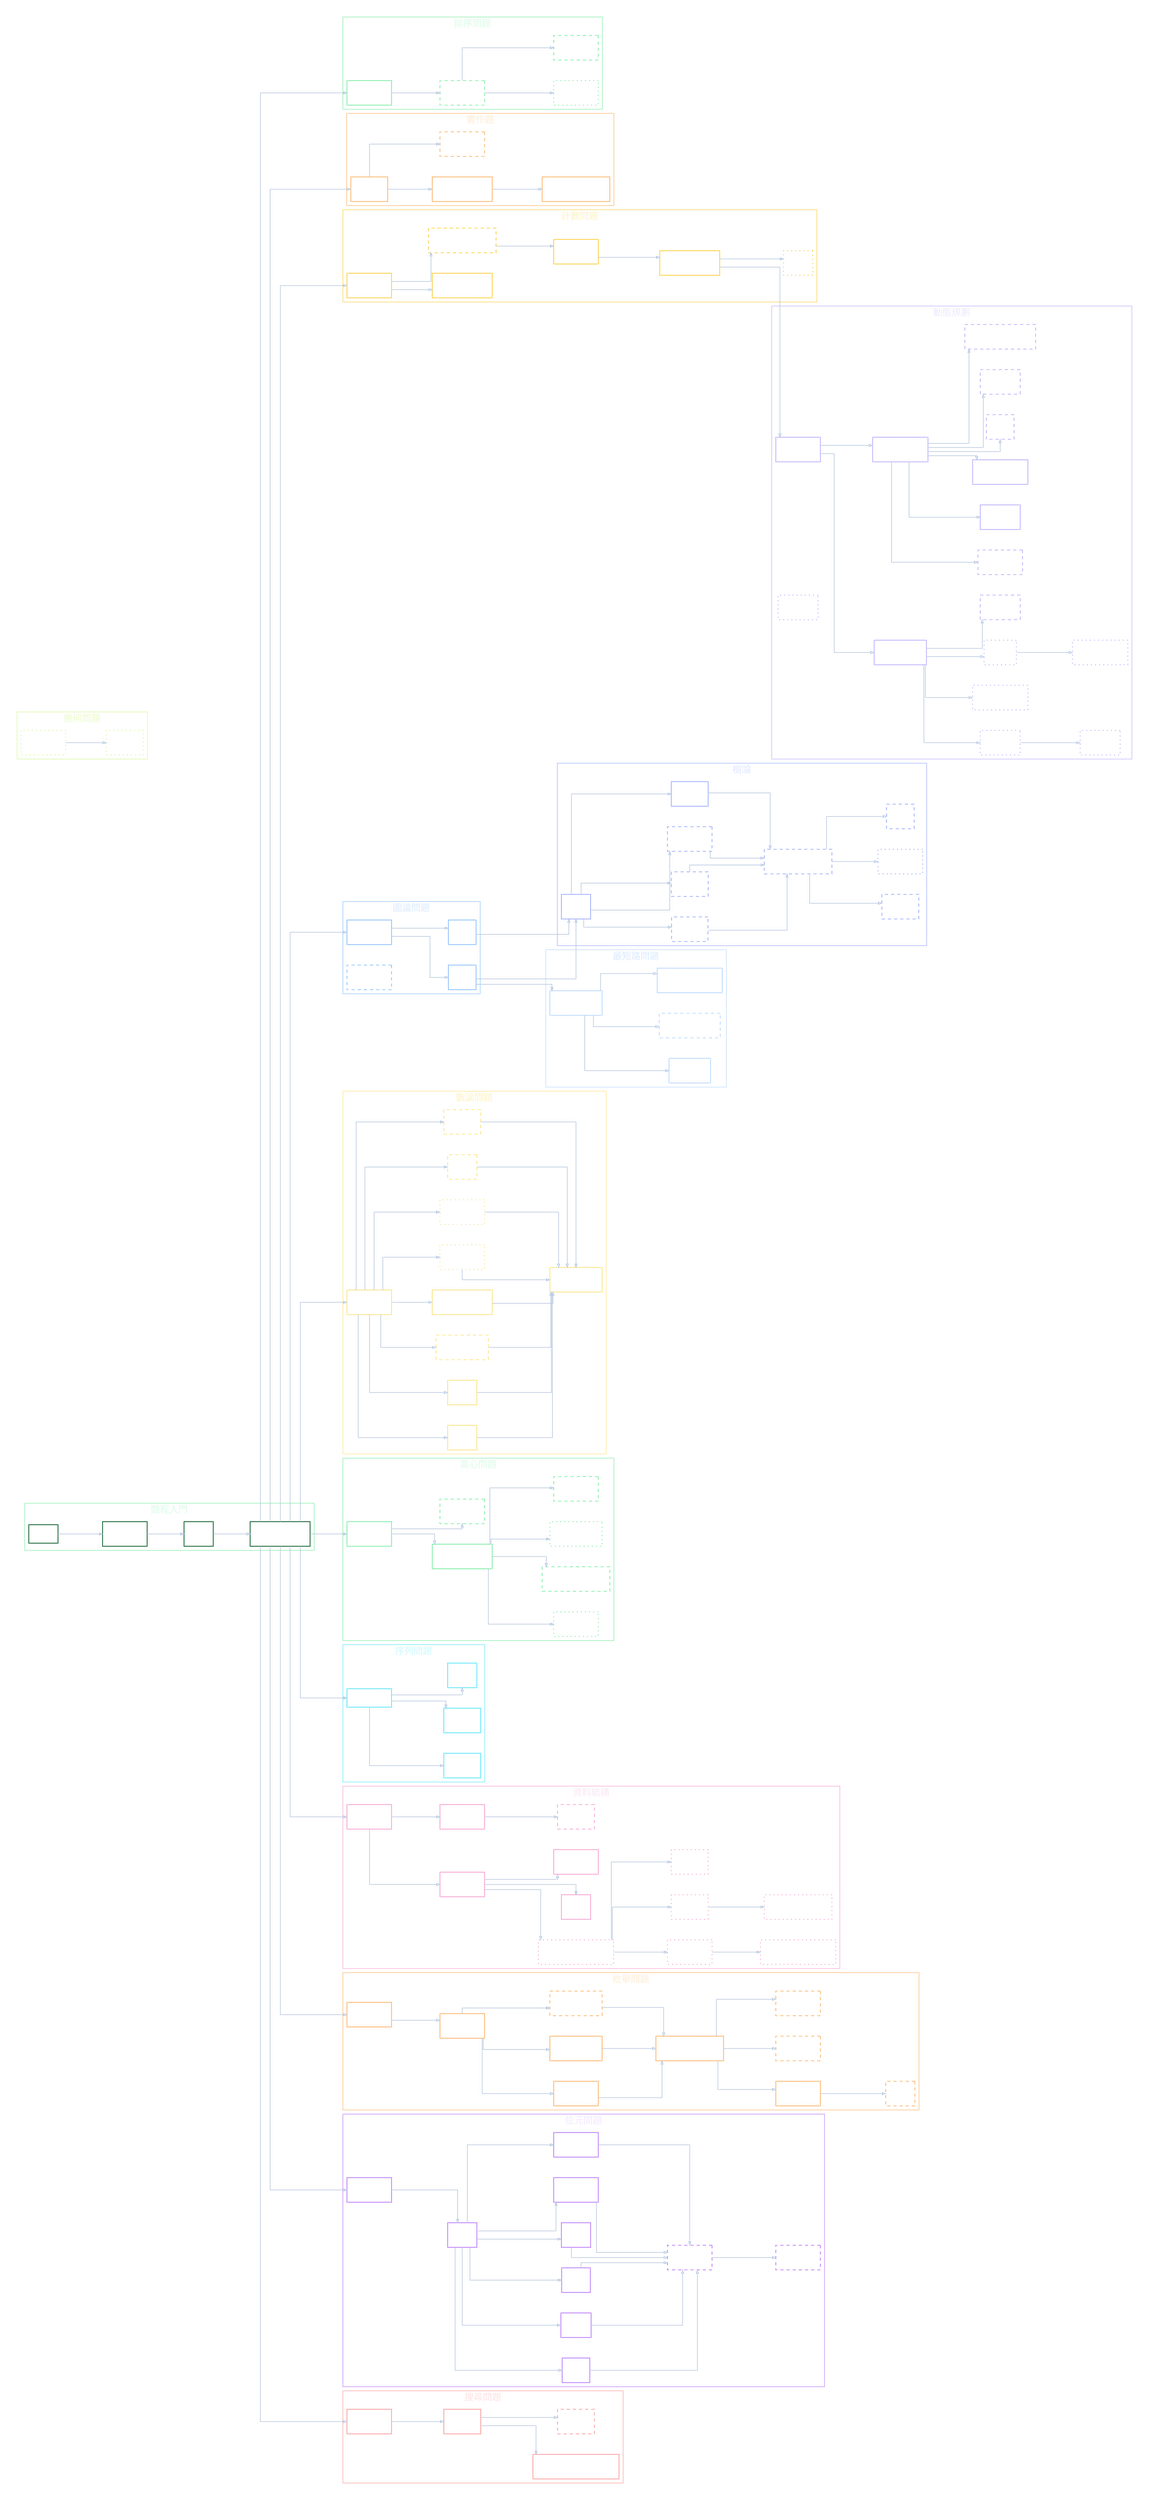
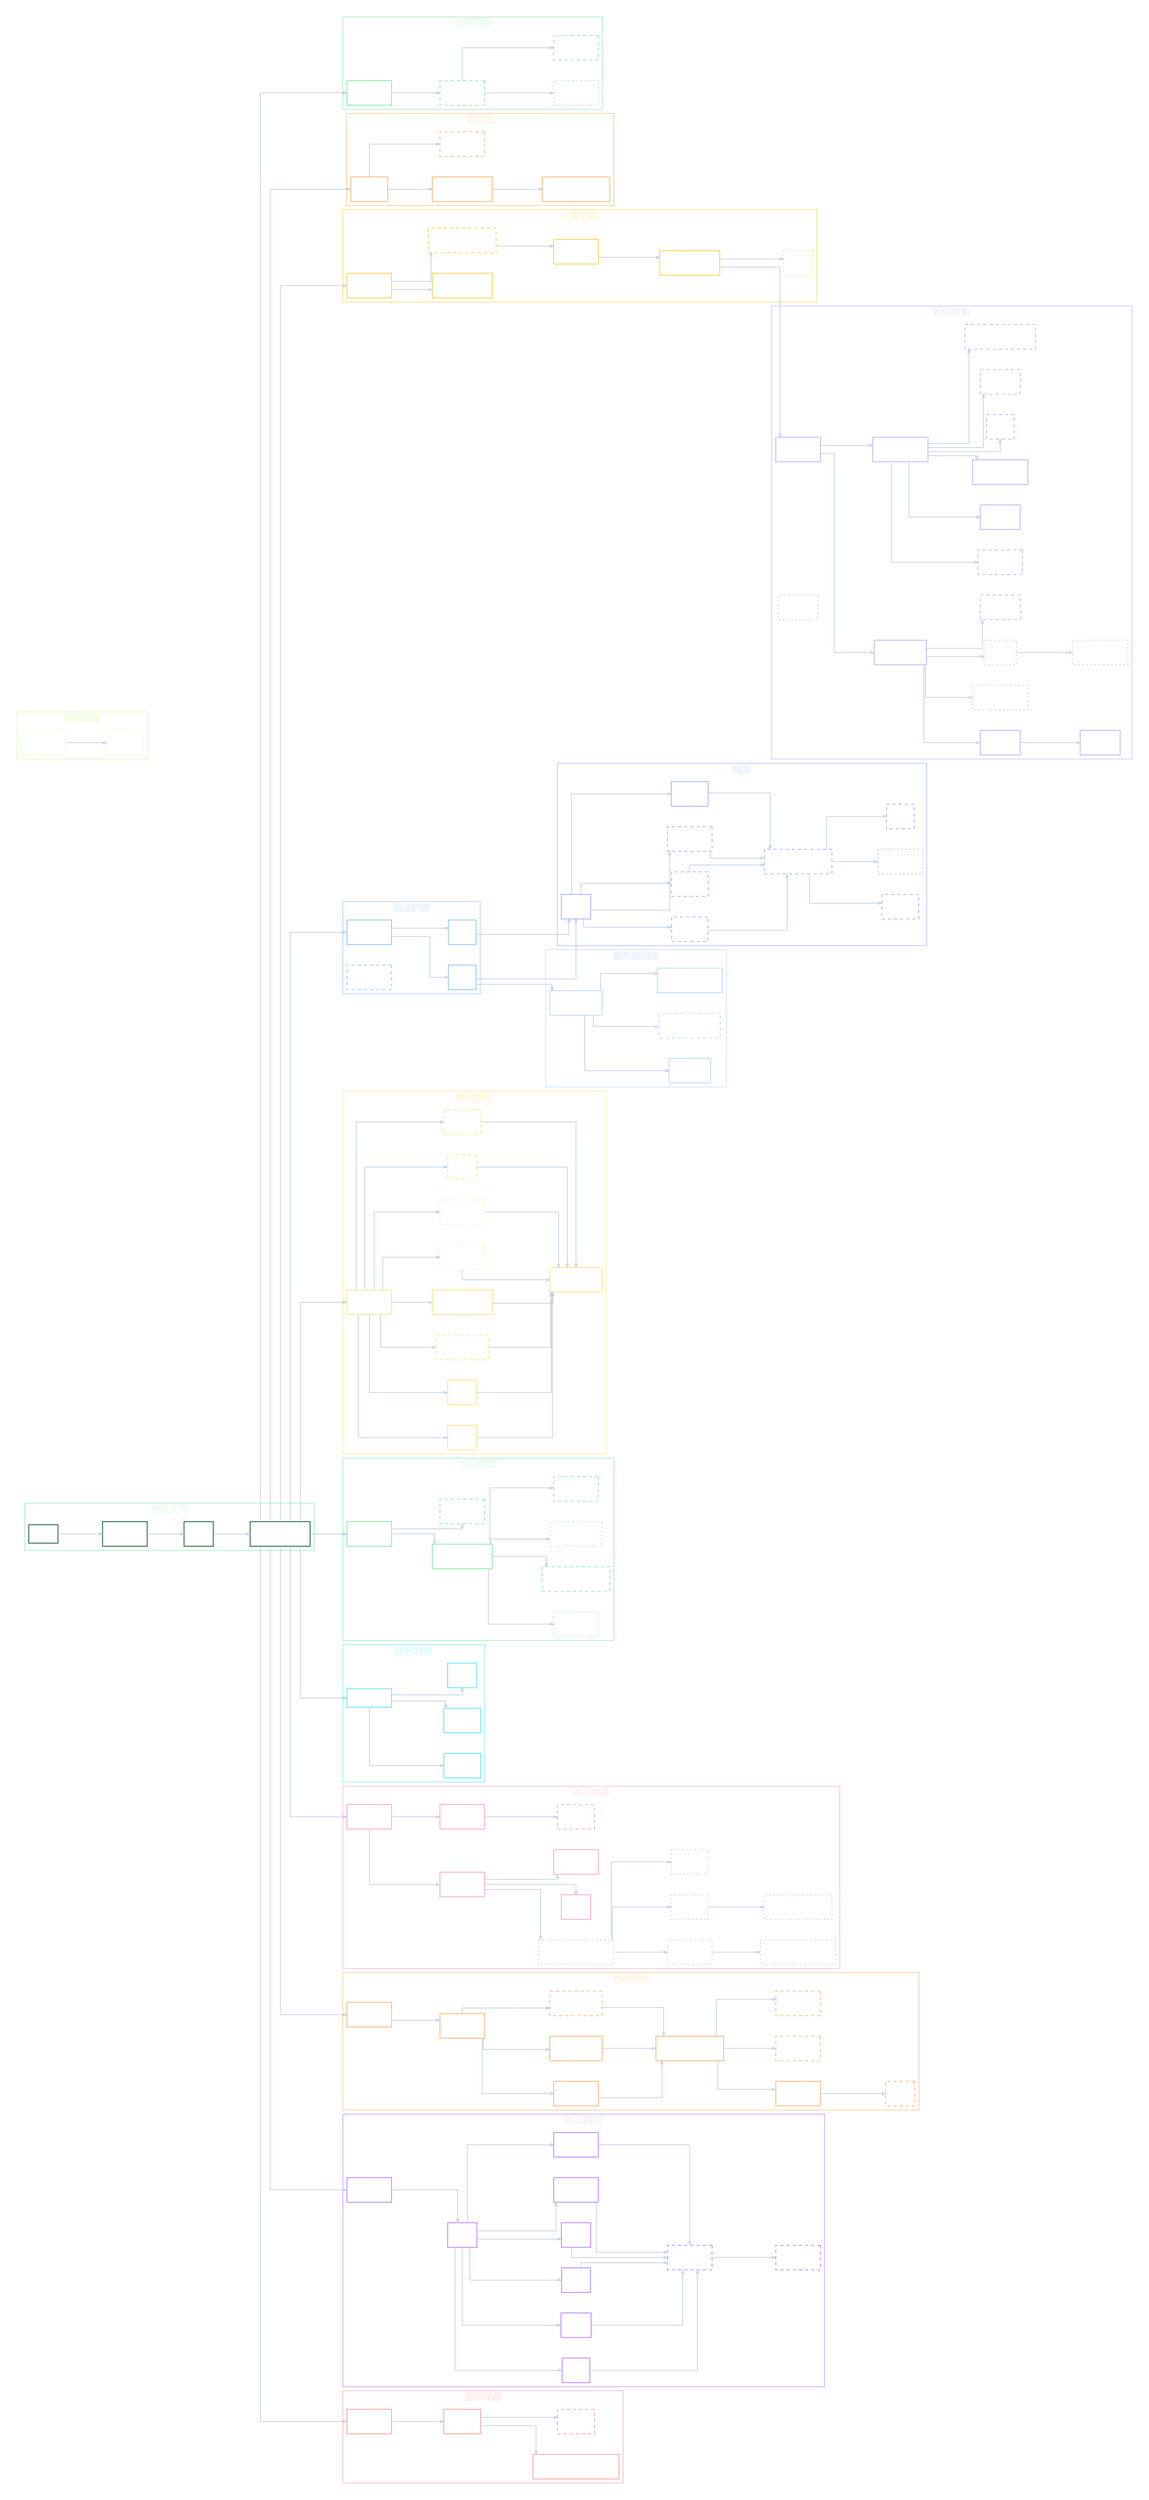
digraph CompetitiveProgrammingSkillTree {
  graph [
    rankdir=LR,
    bgcolor="transparent",
    splines=ortho,
    nodesep=0.55,
    ranksep=1.0,
    pad=0.35,
    compound=true
  ];

  node [
    shape=rect,
    style=filled,
    fontname="Microsoft JhengHei",
    fontsize=15,
    margin="0.18,0.10",
    penwidth=1.6,
    color="#7A8A99",
    fontcolor="#ffffff"
  ];

  edge [
    color="#bacae0",
    arrowsize=0.65,
    penwidth=1.2
  ];

  subgraph cluster_cp_entry {
    label="競程入門";
    color="#86efac";
    fillcolor="#052e16";
    fontname="Microsoft JhengHei";
    fontcolor="#dcfce7";
    fontsize=18;

    node [fillcolor="transparent", color="#166534"]
    root1 [label="競程"];
    core1 [label="基礎語法\n[✪]"];
    core2 [label="陣列\n[✪]"];
    core3 [label="基礎 STL 工具\n[✪]"];
  }

  subgraph cluster_sort {
    label="排序問題";
    color="#86efac";
    fillcolor="#052e16";
    fontname="Microsoft JhengHei";
    fontcolor="#dcfce7";
    fontsize=18;

    node [fillcolor="transparent", color="#86efac"];
    sort1 [label="排序問題\n[✔]"];
    sort2 [label="交換問題\n[!?]", style="dashed"];
    sort3 [label="拓撲排序\n[?]", style="dotted"];
    sort4 [label="單調隊列\n[!?]", style="dashed"];
  }

  subgraph cluster_impl {
    label="實作題";
    color="#fdba74";
    fillcolor="#431407";
    fontname="Microsoft JhengHei";
    fontcolor="#ffedd5";
    fontsize=18;

    node [fillcolor="transparent", color="#fdba74"];
    impl1 [label="實作題\n[✔]"];
    impl2 [label="二維地圖實作\n[✔]"];
    impl3 [label="字串問題\n[!?]", style="dashed"];
    impl4 [label="六邊形地圖實作\n[✔]"]
  }

  impl2 -> impl4;

  subgraph cluster_count {
    label="計數問題";
    color="#fcd34d";
    fillcolor="#422006";
    fontname="Microsoft JhengHei";
    fontcolor="#fef3c7";
    fontsize=18;

    node [fillcolor="transparent", color="#fcd34d"];
    count1 [label="計數問題\n[✔]"];
    count4 [label="微掃描線問題\n[✔]"];
    count2 [label="等價類計數問題\n[!?]", style="dashed"];
    count3 [label="排容原理\n[✔]"];
    count5 [label="拆分子問題法\n[✔]"];
    div1 [label="分治\n[?]", style="dotted"];
  }

  count1 -> count4;

  subgraph cluster_dp {
    label="動態規劃";
    color="#c4b5fd";
    fillcolor="#2e1065";
    fontname="Microsoft JhengHei";
    fontcolor="#ede9fe";
    fontsize=18;

    node [fillcolor="transparent", color="#c4b5fd"];
    dp1 [label="動態規劃\n[✔]"];
    dp2 [label="背包問題\n[!?]", style="dashed"];
    dp3 [label="分段 dp\n[✔]"];
    dp4 [label="二維地圖 dp\n[✔]"];
-     dp5 [label="區間 dp\n[?]", style="dotted"];
-     dp6 [label="賽局 dp\n[?]", style="dotted"];
+     dp5 [label="區間 dp\n[✔]"];
+     dp6 [label="賽局 dp\n[✔]"];
    dp7 [label="狀態壓縮 dp\n[?]", style="dotted"];
    dp8 [label="記憶化搜索\n[✔]"];
    dp9 [label="LCS\n[!?]", style="dashed"];
    dp10 [label="環狀 dp\n[!?]", style="dashed"];
    dp11 [label="樹 dp\n[?]", style="dotted"];
    dp12 [label="子樹合併 dp\n[?]", style="dotted"];
    dp13 [label="有權區間排程 dp\n[!?]", style="dashed"];
    dp14 [label="數位 dp\n[!?]", style="dashed"];
    dp15 [label="dp 狀態設計\n[✔]"];
    dp16 [label="dp 優化\n[?]", style="dotted"];
  }

  dp1 -> dp8;
  dp1 -> dp15;
  dp8 -> dp11;
  dp8 -> dp14;
  dp8 -> dp5;
  dp8 -> dp7;
  dp15 -> dp2;
  dp15 -> dp3;
  dp15 -> dp4;
  dp15 -> dp9;
  dp15 -> dp10;
  dp15 -> dp13;
  dp5 -> dp6;
  dp11 -> dp12;

  subgraph cluster_graph {
    label="圖論問題";
    color="#93c5fd";
    fillcolor="#172554";
    fontname="Microsoft JhengHei";
    fontcolor="#dbeafe";
    fontsize=18;

    node [fillcolor="transparent", color="#93c5fd"];
    g1 [label="圖論問題\n[✔]"];
    g2 [label="BFS\n[✔]"];
    g3 [label="DFS\n[✔]"];
    g4 [label="圖論建模\n[!?]", style="dashed"];
  }

  subgraph cluster_shortest_path {
    label="最短路問題";
    color="#bfdbfe";
    fillcolor="#1e3a8a";
    fontname="Microsoft JhengHei";
    fontcolor="#dbeafe";
    fontsize=18;

    node [fillcolor="transparent", color="#bfdbfe"];
    sp1 [label="最短路問題\n[✔]"];
    sp2 [label="Dijkstra\n[✔]"];
    sp3 [label="Bellman Ford\n[!?]", style="dashed"];
    sp4 [label="Floyd Warshall\n[✔]"];
  }

  subgraph cluster_tree {
    label="樹論";
    color="#a5b4fc";
    fillcolor="#312e81";
    fontname="Microsoft JhengHei";
    fontcolor="#e0e7ff";
    fontsize=18;

    node [fillcolor="transparent", color="#a5b4fc"];
    tree1 [label="樹論\n[✔]"];
    tree2 [label="BFS 樹\n[!?]", style="dashed"];
    tree3 [label="DFS 樹\n[!?]", style="dashed"];
    tree4 [label="前中後序\n[!?]", style="dashed"];
    tree5 [label="二分樹\n[✔]"];
    tree6 [label="更難的樹論問題\n[!?]", style="dashed"];
    tree7 [label="樹壓平\n[!?]", style="dashed"];
    tree8 [label="樹上差分\n[?]", style="dotted"];
    tree9 [label="LCA\n[!?]", style="dashed"];
  }

  subgraph cluster_number {
    label="數論問題";
    color="#fde68a";
    fillcolor="#451a03";
    fontname="Microsoft JhengHei";
    fontcolor="#fef3c7";
    fontsize=18;

    node [fillcolor="transparent", color="#fde68a"];
    num1 [label="數論問題\n[✔]"];
    num2 [label="取餘\n[✔]"];
    num3 [label="篩法\n[✔]"];
    num4 [label="質因數分解\n[!?]", style="dashed"];
    num5 [label="因數倍數問題\n[✔]"];
    num6 [label="進制系統\n[?]", style="dotted"];
    num7 [label="大數運算\n[?]", style="dotted"];
    num8 [label="機率\n[!?]", style="dashed"];
    num9 [label="期望值\n[!?]", style="dashed"];
    math1 [label="數學式化簡\n[✔]"];
  }

  num1 -> num8;
  num1 -> num9;
  num8 -> math1;
  num9 -> math1;

  subgraph cluster_greedy {
    label="貪心問題";
    color="#86efac";
    fillcolor="#052e16";
    fontname="Microsoft JhengHei";
    fontcolor="#dcfce7";
    fontsize=18;

    node [fillcolor="transparent", color="#86efac"];
    gr1 [label="貪心問題\n[✔]"];
    gr2 [label="貪心基本思維\n[✔]"];
    gr3 [label="貪心證明\n[!?]", style="dashed"];
    gr4 [label="區間貪心\n[?]", style="dotted"];
    gr5 [label="構造上下界問題\n[!?]", style="dashed"];
    gr6 [label="子序列貪心\n[?]", style="dotted"];
    gr7 [label="配對問題\n[!?]", style="dashed"];
  }

  subgraph cluster_sequence {
    label="序列問題";
    color="#67e8f9";
    fillcolor="#164e63";
    fontname="Microsoft JhengHei";
    fontcolor="#cffafe";
    fontsize=18;

    node [fillcolor="transparent", color="#67e8f9"];
    seq1 [label="序列問題"];
    seq2 [label="雙指標\n[✔]"];
    seq3 [label="前綴和\n[✔]"];
    seq4 [label="差分\n[✔]"];
  }

  subgraph cluster_ds {
    label="資料結構";
    color="#f9a8d4";
    fillcolor="#500724";
    fontname="Microsoft JhengHei";
    fontcolor="#fce7f3";
    fontsize=18;

    node [fillcolor="transparent", color="#f9a8d4"];
    ds1 [label="資料結構\n[✔]"];
    ds2 [label="序列容器\n[✔]"];
    ds3 [label="關聯容器\n[✔]"];
    ds4 [label="哈希表\n[!?]", style="dashed"];
    ds5 [label="更複雜的資料結構\n[?]", style="dotted"];
    ds6 [label="樹狀陣列\n[?]", style="dotted"];
    ds7 [label="稀疏表\n[?]", style="dotted"];
    ds8 [label="線段樹\n[?]", style="dotted"];
    ds9 [label="樹狀陣列上二分搜\n[?]", style="dotted"];
    ds10 [label="稀疏表上二分搜\n[?]", style="dotted"];
    ds11 [label="堆疊\n[✔]"];
    ds12 [label="優先序列\n[✔]"];
  }

  ds2 -> ds11;
  ds2 -> ds12;

  subgraph cluster_enum {
    label="枚舉問題";
    color="#fdba74";
    fillcolor="#431407";
    fontname="Microsoft JhengHei";
    fontcolor="#ffedd5";
    fontsize=18;

    node [fillcolor="transparent", color="#fdba74"];
    enum1 [label="枚舉問題\n[✔]"];
    enum2 [label="暴力枚舉\n[✔]"];
    enum3 [label="二元枚舉\n[✔]"];
    enum4 [label="全排列枚舉\n[✔]"];
    enum5 [label="聰明的枚舉\n[!?]", style="dashed"];
    enum6 [label="更難的枚舉問題\n[✔]"];
    enum7 [label="遞迴枚舉\n[✔]"];
    enum8 [label="折半枚舉\n[!?]", style="dashed"];
    enum9 [label="剪枝\n[!?]", style="dashed"];
    enum10 [label="枚舉倍數\n[!?]", style="dashed"];
  }

  subgraph cluster_bit {
    label="位元問題";
    color="#c084fc";
    fillcolor="#3b0764";
    fontname="Microsoft JhengHei";
    fontcolor="#f3e8ff";
    fontsize=18;

    node [fillcolor="transparent", color="#c084fc"];
    bit1 [label="位元問題\n[✔]"];
    bit2 [label="位元\n[✔]"];
    bit3 [label="OR\n[✔]"];
    bit4 [label="AND\n[✔]"];
    bit5 [label="XOR\n[✔]"];
    bit6 [label="NOT\n[✔]"];
    bit7 [label="位元左移\n[✔]"];
    bit8 [label="位元右移\n[✔]"];
    bit9 [label="位元函式\n[!?]", style="dashed"];
    bit10 [label="狀態壓縮\n[!?]", style="dashed"];
  }

  subgraph cluster_search {
    label="搜尋問題";
    color="#fca5a5";
    fillcolor="#450a0a";
    fontname="Microsoft JhengHei";
    fontcolor="#fee2e2";
    fontsize=18;

    node [fillcolor="transparent", color="#fca5a5"];
    search1 [label="搜尋問題\n[✔]"];
    search2 [label="二分搜\n[✔]"];
    search3 [label="lower / upper bound\n[✔]"];
    search4 [label="三分搜\n[!?]", style="dashed"];
  }

  subgraph cluster_geometry {
    label="幾何問題";
    color="#d9f99d";
    fillcolor="#1a2e05";
    fontname="Microsoft JhengHei";
    fontcolor="#ecfccb";
    fontsize=18;

    node [fillcolor="transparent", color="#d9f99d"];
    geo1 [label="幾何問題\n[?]", style="dotted"];
    geo2 [label="掃描線\n[?]", style="dotted"];
  }

  geo1 -> geo2;

  root1 -> core1;
  core1 -> core2;
  core2 -> core3;

  core3 -> sort1;
  core3 -> impl1;
  core3 -> count1;
  core3 -> g1;
  core3 -> num1;
  core3 -> gr1;
  core3 -> seq1;
  core3 -> ds1;
  core3 -> enum1;
  core3 -> bit1;
  core3 -> search1;

  sort1 -> sort2;
  sort2 -> sort3;
  sort2 -> sort4;

  impl1 -> impl2;
  impl1 -> impl3;

  count1 -> count2;
  count2 -> count3;
  count3 -> count5;
  count5 -> dp1;
  count5 -> div1;

  g1 -> g2;
  g1 -> g3;
  g2 -> sp1;
  g2 -> tree1;
  g3 -> tree1;

  sp1 -> sp2;
  sp1 -> sp3;
  sp1 -> sp4;

  tree1 -> tree2;
  tree1 -> tree3;
  tree1 -> tree4;
  tree1 -> tree5;
  tree2 -> tree6;
  tree3 -> tree6;
  tree4 -> tree6;
  tree5 -> tree6;
  tree6 -> tree7;
  tree6 -> tree8;
  tree6 -> tree9;

  num1 -> num2;
  num1 -> num3;
  num1 -> num4;
  num1 -> num5;
  num1 -> num6;
  num1 -> num7;
  num2 -> math1;
  num3 -> math1;
  num4 -> math1;
  num5 -> math1;
  num6 -> math1;
  num7 -> math1;

  gr1 -> gr2;
  gr1 -> gr3;
  gr2 -> gr4;
  gr2 -> gr5;
  gr2 -> gr6;
  gr2 -> gr7;

  seq1 -> seq2;
  seq1 -> seq3;
  seq1 -> seq4;

  ds1 -> ds2;
  ds1 -> ds3;
  ds2 -> ds5;
  ds3 -> ds4;
  ds5 -> ds6;
  ds5 -> ds7;
  ds5 -> ds8;
  ds6 -> ds9;
  ds7 -> ds10;

  enum1 -> enum2;
  enum2 -> enum3;
  enum2 -> enum4;
  enum2 -> enum5;
  enum3 -> enum6;
  enum4 -> enum6;
  enum5 -> enum6;
  enum6 -> enum7;
  enum6 -> enum8;
  enum6 -> enum10;
  enum7 -> enum9;

  bit1 -> bit2;
  bit2 -> bit3;
  bit2 -> bit4;
  bit2 -> bit5;
  bit2 -> bit6;
  bit2 -> bit7;
  bit2 -> bit8;
  bit3 -> bit9;
  bit4 -> bit9;
  bit5 -> bit9;
  bit6 -> bit9;
  bit7 -> bit9;
  bit8 -> bit9;
  bit9 -> bit10;

  search1 -> search2;
  search2 -> search3;
  search2 -> search4;
}
